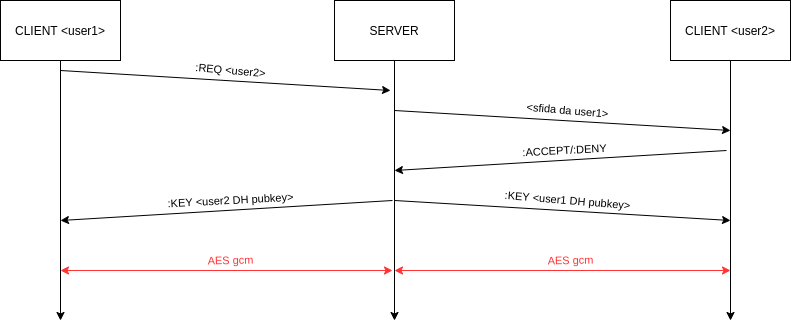
matteodefra/Focproject keeps this draw.io diagram as pics/request.png. Above is the earlier version. Source tidied: cells renumbered, new cells last; positions are measured from the earlier drawing's top-left corner, leaving out a move shared by most shapes.
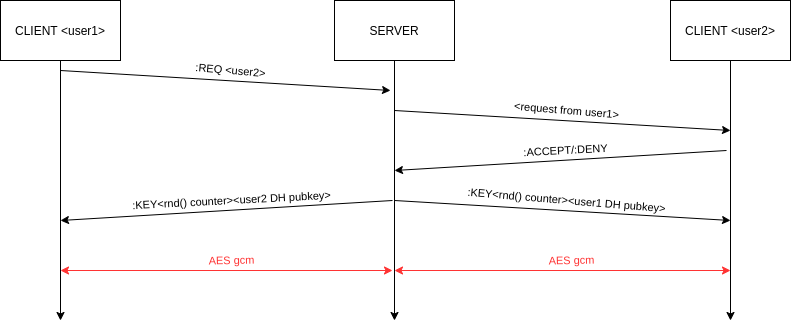
After the change.

Commit message:
added counter and code cleaning

The edit, as a diff of the source:
```diff
@@ -46,7 +46,7 @@
         <mxPoint x="730" y="130" as="targetPoint" />
       </mxGeometry>
     </mxCell>
-    <mxCell id="11" value="&amp;lt;sfida da user1&amp;gt;" style="edgeLabel;html=1;align=center;verticalAlign=middle;rotation=4.8;" parent="10" vertex="1">
+    <mxCell id="11" value="&amp;lt;request from user1&amp;gt;" style="edgeLabel;html=1;align=center;verticalAlign=middle;rotation=4.8;" parent="10" vertex="1">
       <mxGeometry x="-0.17" y="-1" relative="1" as="geometry">
         <mxPoint x="32" y="-10" as="offset" />
       </mxGeometry>
@@ -68,7 +68,7 @@
         <mxPoint x="60" y="220" as="targetPoint" />
       </mxGeometry>
     </mxCell>
-    <mxCell id="15" value=":KEY &amp;lt;user2 DH pubkey&amp;gt;" style="edgeLabel;html=1;align=center;verticalAlign=middle;rotation=-3;" parent="14" vertex="1">
+    <mxCell id="15" value=":KEY&amp;lt;rnd() counter&amp;gt;&amp;lt;user2 DH pubkey&amp;gt;" style="edgeLabel;html=1;align=center;verticalAlign=middle;rotation=-3;" parent="14" vertex="1">
       <mxGeometry x="0.09" relative="1" as="geometry">
         <mxPoint x="19" y="-11" as="offset" />
       </mxGeometry>
@@ -79,7 +79,7 @@
         <mxPoint x="730" y="220" as="targetPoint" />
       </mxGeometry>
     </mxCell>
-    <mxCell id="17" value=":KEY &amp;lt;user1 DH pubkey&amp;gt;" style="edgeLabel;html=1;align=center;verticalAlign=middle;rotation=4.8;" parent="16" vertex="1">
+    <mxCell id="17" value=":KEY&amp;lt;rnd() counter&amp;gt;&amp;lt;user1 DH pubkey&amp;gt;" style="edgeLabel;html=1;align=center;verticalAlign=middle;rotation=4.8;" parent="16" vertex="1">
       <mxGeometry x="-0.17" y="-1" relative="1" as="geometry">
         <mxPoint x="32" y="-10" as="offset" />
       </mxGeometry>
```
